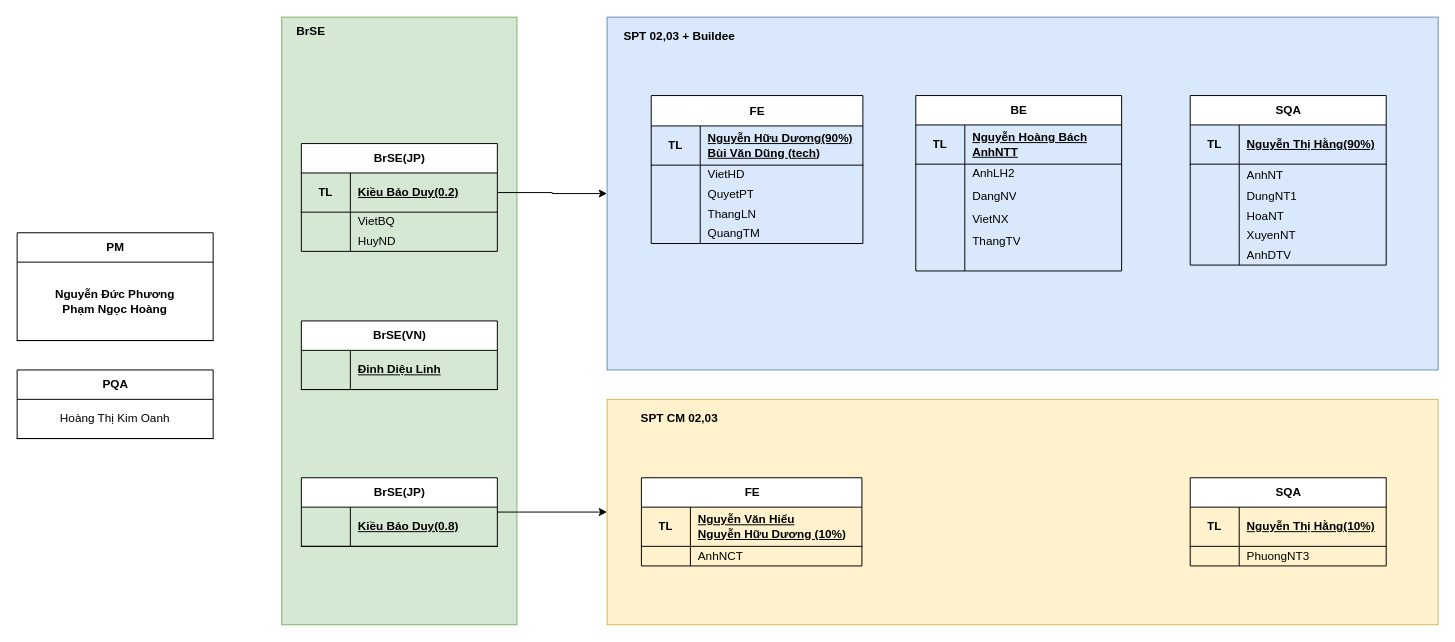
Before: page "Bản sao của Cơ cấu team" (8 of 10) of Biểu đồ không có tiêu đề.drawio in hoangpn256/diagram, a draw.io diagram. Source tidied: cells renumbered, new cells numbered last; positions are measured from the earlier drawing's top-left corner, leaving out a move shared by most shapes. Both pictures are drawn from the tidied source at 98%, with x=0, y=0 at pixel (17, 17).
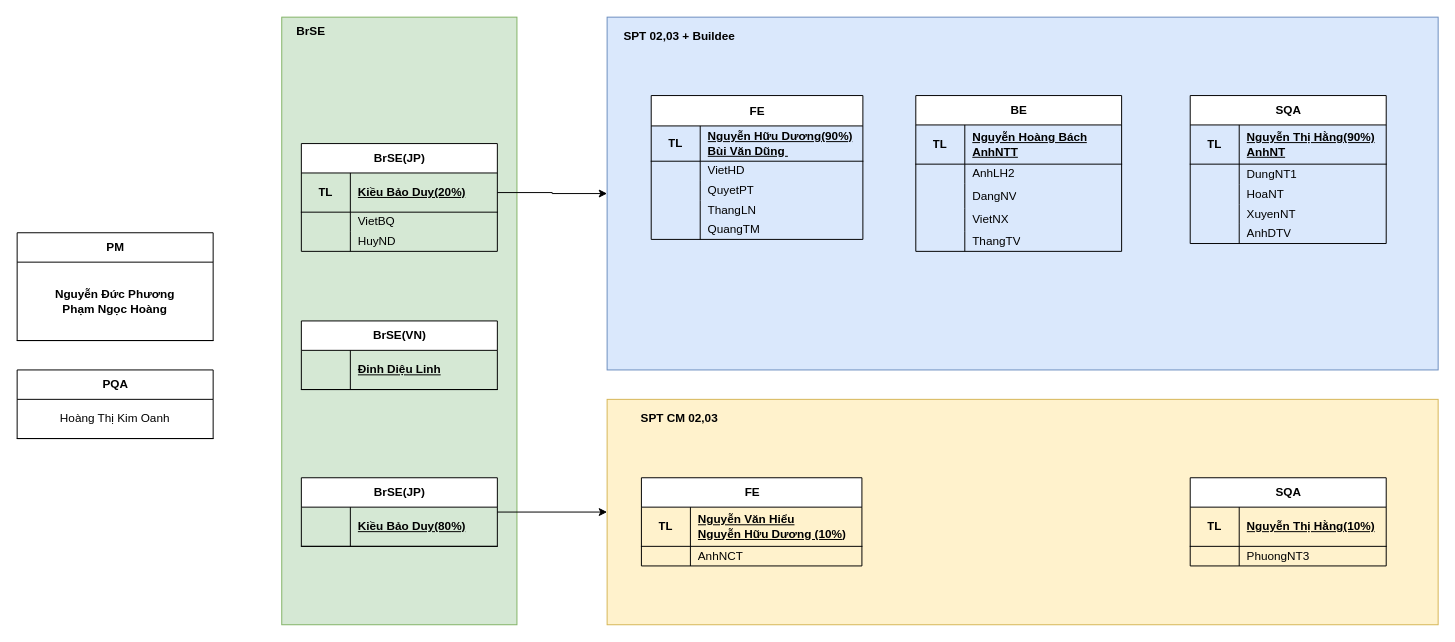
Above is the later version.

Commit message:
Cập nhật Biểu đồ không có tiêu đề.drawio

Unchanged cells that the change refers to:
```xml
<mxCell id="41" style="shape=tableRow;horizontal=0;startSize=0;swimlaneHead=0;swimlaneBody=0;fillColor=none;top=0;left=0;right=0;bottom=1;" parent="40" vertex="1">
  <mxGeometry y="30" width="200" height="40" as="geometry" />
</mxCell>
<mxCell id="60" style="shape=tableRow;horizontal=0;startSize=0;swimlaneHead=0;swimlaneBody=0;fillColor=none;points=[[0,0.5],[1,0.5]];portConstraint=eastwest;top=0;left=0;right=0;bottom=1;" parent="59" vertex="1">
  <mxGeometry y="30" width="200" height="40" as="geometry" />
</mxCell>
<mxCell id="94" style="shape=tableRow;horizontal=0;startSize=0;swimlaneHead=0;swimlaneBody=0;fillColor=none;top=0;left=0;right=0;bottom=1;" parent="93" vertex="1">
  <mxGeometry y="30" width="200" height="40" as="geometry" />
</mxCell>
```

What changed in the source:
```diff
@@
     <mxCell id="5" value="FE" style="shape=table;startSize=31;childLayout=tableLayout;rowLines=0;fontStyle=1;align=center;html=1;" parent="1" vertex="1">
-      <mxGeometry x="647" y="80" width="216" height="151" as="geometry" />
+      <mxGeometry x="647" y="80" width="216" height="146.8" as="geometry" />
     </mxCell>
     <mxCell id="6" style="shape=tableRow;horizontal=0;startSize=0;swimlaneHead=0;swimlaneBody=0;fillColor=none;top=0;left=0;right=0;bottom=1;" parent="5" vertex="1">
-      <mxGeometry y="31" width="216" height="40" as="geometry" />
+      <mxGeometry y="31" width="216" height="36" as="geometry" />
     </mxCell>
     <mxCell id="7" value="TL" style="shape=partialRectangle;fillColor=none;top=0;left=0;bottom=0;right=0;fontStyle=1;overflow=hidden;whiteSpace=wrap;html=1;" parent="6" vertex="1">
-      <mxGeometry width="50" height="40" as="geometry" />
+      <mxGeometry width="50" height="36" as="geometry" />
     </mxCell>
-    <mxCell id="8" value="Nguyễn Hữu Dương(90%)&lt;br&gt;Bùi Văn Dũng (tech)" style="shape=partialRectangle;fillColor=none;top=0;left=0;bottom=0;right=0;align=left;spacingLeft=6;fontStyle=5;overflow=hidden;whiteSpace=wrap;html=1;" parent="6" vertex="1">
-      <mxGeometry x="50" width="166" height="40" as="geometry" />
+    <mxCell id="8" value="Nguyễn Hữu Dương(90%)&lt;br&gt;Bùi Văn Dũng&amp;nbsp;" style="shape=partialRectangle;fillColor=none;top=0;left=0;bottom=0;right=0;align=left;spacingLeft=6;fontStyle=5;overflow=hidden;whiteSpace=wrap;html=1;" parent="6" vertex="1">
+      <mxGeometry x="50" width="166" height="36" as="geometry" />
     </mxCell>
     <mxCell id="9" style="shape=tableRow;horizontal=0;startSize=0;swimlaneHead=0;swimlaneBody=0;fillColor=none;top=0;left=0;right=0;bottom=0;" parent="5" vertex="1">
-      <mxGeometry y="71" width="216" height="20" as="geometry" />
+      <mxGeometry y="67" width="216" height="20" as="geometry" />
     </mxCell>
@@
     <mxCell id="12" style="shape=tableRow;horizontal=0;startSize=0;swimlaneHead=0;swimlaneBody=0;fillColor=none;top=0;left=0;right=0;bottom=0;" parent="5" vertex="1">
-      <mxGeometry y="91" width="216" height="20" as="geometry" />
+      <mxGeometry y="87" width="216" height="20" as="geometry" />
     </mxCell>
@@
     <mxCell id="15" style="shape=tableRow;horizontal=0;startSize=0;swimlaneHead=0;swimlaneBody=0;fillColor=none;top=0;left=0;right=0;bottom=0;" parent="5" vertex="1">
-      <mxGeometry y="111" width="216" height="20" as="geometry" />
+      <mxGeometry y="107" width="216" height="20" as="geometry" />
     </mxCell>
@@
     <mxCell id="18" style="shape=tableRow;horizontal=0;startSize=0;swimlaneHead=0;swimlaneBody=0;fillColor=none;top=0;left=0;right=0;bottom=0;" parent="5" vertex="1">
-      <mxGeometry y="131" width="216" height="20" as="geometry" />
+      <mxGeometry y="127" width="216" height="20" as="geometry" />
     </mxCell>
@@
     <mxCell id="21" value="BE" style="shape=table;startSize=30;childLayout=tableLayout;rowLines=0;fontStyle=1;align=center;html=1;" parent="1" vertex="1">
-      <mxGeometry x="917" y="80" width="210" height="179" as="geometry" />
+      <mxGeometry x="917" y="80" width="210" height="159" as="geometry" />
     </mxCell>
@@
-    <mxCell id="37" style="shape=tableRow;horizontal=0;startSize=0;swimlaneHead=0;swimlaneBody=0;fillColor=none;top=0;left=0;right=0;bottom=0;" parent="21" vertex="1">
-      <mxGeometry y="159" width="210" height="20" as="geometry" />
-    </mxCell>
-    <mxCell id="38" style="shape=partialRectangle;fillColor=none;top=0;left=0;bottom=0;right=0;overflow=hidden;whiteSpace=wrap;html=1;" parent="37" vertex="1">
-      <mxGeometry width="50" height="20" as="geometry" />
-    </mxCell>
-    <mxCell id="39" style="shape=partialRectangle;fillColor=none;top=0;left=0;bottom=0;right=0;align=left;spacingLeft=6;overflow=hidden;whiteSpace=wrap;html=1;" parent="37" vertex="1">
-      <mxGeometry x="50" width="160" height="20" as="geometry" />
-    </mxCell>
     <mxCell id="40" value="SQA" style="shape=table;startSize=30;childLayout=tableLayout;rowLines=0;fontStyle=1;align=center;html=1;" parent="1" vertex="1">
-      <mxGeometry x="1197" y="80" width="200" height="173" as="geometry" />
+      <mxGeometry x="1197" y="80" width="200" height="151" as="geometry" />
     </mxCell>
@@
-    <mxCell id="43" value="Nguyễn Thị Hằng(90%)" style="shape=partialRectangle;fillColor=none;top=0;left=0;bottom=0;right=0;align=left;spacingLeft=6;fontStyle=5;overflow=hidden;whiteSpace=wrap;html=1;" parent="41" vertex="1">
+    <mxCell id="43" value="Nguyễn Thị Hằng(90%)&lt;br&gt;AnhNT" style="shape=partialRectangle;fillColor=none;top=0;left=0;bottom=0;right=0;align=left;spacingLeft=6;fontStyle=5;overflow=hidden;whiteSpace=wrap;html=1;" parent="41" vertex="1">
       <mxGeometry x="50" width="150" height="40" as="geometry" />
     </mxCell>
-    <mxCell id="44" style="shape=tableRow;horizontal=0;startSize=0;swimlaneHead=0;swimlaneBody=0;fillColor=none;top=0;left=0;right=0;bottom=0;fontStyle=1;" parent="40" vertex="1">
-      <mxGeometry y="70" width="200" height="23" as="geometry" />
-    </mxCell>
-    <mxCell id="45" style="shape=partialRectangle;fillColor=none;top=0;left=0;bottom=0;right=0;overflow=hidden;whiteSpace=wrap;html=1;" parent="44" vertex="1">
-      <mxGeometry width="50" height="23" as="geometry" />
-    </mxCell>
-    <mxCell id="46" value="AnhNT" style="shape=partialRectangle;fillColor=none;top=0;left=0;bottom=0;right=0;align=left;spacingLeft=6;overflow=hidden;whiteSpace=wrap;html=1;" parent="44" vertex="1">
-      <mxGeometry x="50" width="150" height="23" as="geometry" />
-    </mxCell>
     <mxCell id="47" style="shape=tableRow;horizontal=0;startSize=0;swimlaneHead=0;swimlaneBody=0;fillColor=none;top=0;left=0;right=0;bottom=0;" parent="40" vertex="1">
-      <mxGeometry y="93" width="200" height="20" as="geometry" />
+      <mxGeometry y="70" width="200" height="21" as="geometry" />
     </mxCell>
     <mxCell id="48" style="shape=partialRectangle;fillColor=none;top=0;left=0;bottom=0;right=0;overflow=hidden;whiteSpace=wrap;html=1;" parent="47" vertex="1">
-      <mxGeometry width="50" height="20" as="geometry" />
+      <mxGeometry width="50" height="21" as="geometry" />
     </mxCell>
     <mxCell id="49" value="&lt;span&gt;DungNT1&lt;/span&gt;" style="shape=partialRectangle;fillColor=none;top=0;left=0;bottom=0;right=0;align=left;spacingLeft=6;overflow=hidden;whiteSpace=wrap;html=1;fontStyle=0;" parent="47" vertex="1">
-      <mxGeometry x="50" width="150" height="20" as="geometry" />
+      <mxGeometry x="50" width="150" height="21" as="geometry" />
     </mxCell>
     <mxCell id="50" style="shape=tableRow;horizontal=0;startSize=0;swimlaneHead=0;swimlaneBody=0;fillColor=none;top=0;left=0;right=0;bottom=0;" parent="40" vertex="1">
-      <mxGeometry y="113" width="200" height="20" as="geometry" />
+      <mxGeometry y="91" width="200" height="20" as="geometry" />
     </mxCell>
@@
     <mxCell id="53" style="shape=tableRow;horizontal=0;startSize=0;swimlaneHead=0;swimlaneBody=0;fillColor=none;top=0;left=0;right=0;bottom=0;" parent="40" vertex="1">
-      <mxGeometry y="133" width="200" height="20" as="geometry" />
+      <mxGeometry y="111" width="200" height="20" as="geometry" />
     </mxCell>
@@
     <mxCell id="56" style="shape=tableRow;horizontal=0;startSize=0;swimlaneHead=0;swimlaneBody=0;fillColor=none;top=0;left=0;right=0;bottom=0;" parent="40" vertex="1">
-      <mxGeometry y="153" width="200" height="20" as="geometry" />
+      <mxGeometry y="131" width="200" height="20" as="geometry" />
     </mxCell>
@@
-    <mxCell id="62" value="Kiều Bảo Duy(0.2)" style="shape=partialRectangle;fillColor=none;top=0;left=0;bottom=0;right=0;align=left;spacingLeft=6;fontStyle=5;overflow=hidden;whiteSpace=wrap;html=1;" parent="60" vertex="1">
+    <mxCell id="62" value="Kiều Bảo Duy(20%)" style="shape=partialRectangle;fillColor=none;top=0;left=0;bottom=0;right=0;align=left;spacingLeft=6;fontStyle=5;overflow=hidden;whiteSpace=wrap;html=1;" parent="60" vertex="1">
       <mxGeometry x="50" width="150" height="40" as="geometry" />
     </mxCell>
@@
-    <mxCell id="96" value="Kiều Bảo Duy(0.8)" style="shape=partialRectangle;fillColor=none;top=0;left=0;bottom=0;right=0;align=left;spacingLeft=6;fontStyle=5;overflow=hidden;whiteSpace=wrap;html=1;" parent="94" vertex="1">
+    <mxCell id="96" value="Kiều Bảo Duy(80%)" style="shape=partialRectangle;fillColor=none;top=0;left=0;bottom=0;right=0;align=left;spacingLeft=6;fontStyle=5;overflow=hidden;whiteSpace=wrap;html=1;" parent="94" vertex="1">
       <mxGeometry x="50" width="150" height="40" as="geometry" />
     </mxCell>
```
